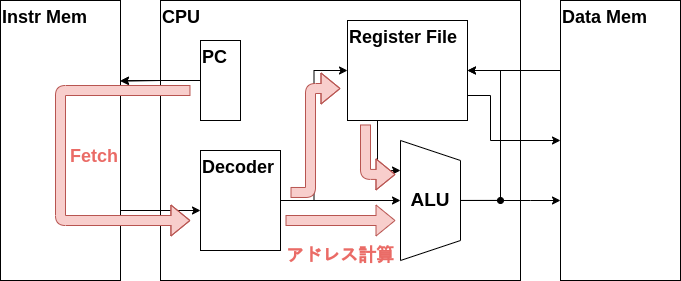
The draw.io diagram images/LetsMakeCPU/path_load_caladdr.png in VLSI-JP/VLSI-JP.github.io, before a commit. Source tidied: cells renumbered, new cells last; positions are measured from the earlier drawing's top-left corner, leaving out a move shared by most shapes. Its diagram source:
```xml
<mxGraphModel>
  <root>
    <mxCell id="0" />
    <mxCell id="1" parent="0" />
    <mxCell id="2" value="CPU" style="rounded=0;whiteSpace=wrap;html=1;align=left;verticalAlign=top;fontSize=18;fontStyle=1;" parent="1" vertex="1">
      <mxGeometry x="160" width="360" height="280" as="geometry" />
    </mxCell>
    <mxCell id="3" style="edgeStyle=orthogonalEdgeStyle;rounded=0;jettySize=auto;html=1;exitX=1;exitY=0.75;exitDx=0;exitDy=0;entryX=0;entryY=0.6;entryDx=0;entryDy=0;entryPerimeter=0;" parent="1" edge="1" source="4" target="18">
      <mxGeometry relative="1" as="geometry" />
    </mxCell>
    <mxCell id="4" value="Instr Mem" style="rounded=0;whiteSpace=wrap;html=1;align=left;verticalAlign=top;fontSize=18;fontStyle=1;" parent="1" vertex="1">
      <mxGeometry width="120" height="280" as="geometry" />
    </mxCell>
    <mxCell id="5" style="edgeStyle=orthogonalEdgeStyle;rounded=0;jettySize=auto;html=1;exitX=0;exitY=0.25;exitDx=0;exitDy=0;" parent="1" edge="1" source="6" target="9">
      <mxGeometry relative="1" as="geometry" />
    </mxCell>
    <mxCell id="6" value="Data Mem" style="rounded=0;whiteSpace=wrap;html=1;align=left;verticalAlign=top;fontSize=18;fontStyle=1;" parent="1" vertex="1">
      <mxGeometry x="560" width="120" height="280" as="geometry" />
    </mxCell>
    <mxCell id="7" style="edgeStyle=orthogonalEdgeStyle;rounded=0;jettySize=auto;html=1;exitX=0.25;exitY=1;exitDx=0;exitDy=0;entryX=0.25;entryY=1;entryDx=0;entryDy=0;" parent="1" edge="1" source="9" target="11">
      <mxGeometry relative="1" as="geometry" />
    </mxCell>
    <mxCell id="8" style="edgeStyle=orthogonalEdgeStyle;rounded=0;jettySize=auto;html=1;exitX=1;exitY=0.75;exitDx=0;exitDy=0;entryX=0;entryY=0.5;entryDx=0;entryDy=0;" parent="1" edge="1" source="9" target="6">
      <mxGeometry relative="1" as="geometry">
        <Array as="points">
          <mxPoint x="490" y="95" />
          <mxPoint x="490" y="140" />
        </Array>
      </mxGeometry>
    </mxCell>
    <mxCell id="9" value="Register File" style="rounded=0;whiteSpace=wrap;html=1;align=left;verticalAlign=top;fontSize=18;fontStyle=1;" parent="1" vertex="1">
      <mxGeometry x="347" y="20" width="120" height="100" as="geometry" />
    </mxCell>
    <mxCell id="10" style="group;" parent="1" vertex="1">
      <mxGeometry x="400" y="140" width="60" height="120" as="geometry" />
    </mxCell>
    <mxCell id="11" style="shape=trapezoid;perimeter=trapezoidPerimeter;whiteSpace=wrap;html=1;fixedSize=1;fontSize=18;fontStyle=1;rotation=90;" parent="10" vertex="1">
      <mxGeometry x="-30" y="30" width="120" height="60" as="geometry" />
    </mxCell>
    <mxCell id="12" style="edgeStyle=orthogonalEdgeStyle;rounded=0;jettySize=auto;html=1;exitX=1;exitY=0.5;exitDx=0;exitDy=0;endArrow=oval;endFill=1;" parent="10" edge="1" source="13">
      <mxGeometry relative="1" as="geometry">
        <mxPoint x="100" y="60" as="targetPoint" />
      </mxGeometry>
    </mxCell>
    <mxCell id="13" value="ALU" style="text;html=1;strokeColor=none;fillColor=none;align=center;verticalAlign=middle;whiteSpace=wrap;rounded=0;fontStyle=1;fontSize=19;" parent="10" vertex="1">
      <mxGeometry y="45" width="60" height="30" as="geometry" />
    </mxCell>
    <mxCell id="14" style="edgeStyle=orthogonalEdgeStyle;rounded=0;jettySize=auto;html=1;exitX=0;exitY=0.5;exitDx=0;exitDy=0;entryX=0.999;entryY=0.288;entryDx=0;entryDy=0;entryPerimeter=0;" parent="1" edge="1" source="15" target="4">
      <mxGeometry relative="1" as="geometry" />
    </mxCell>
    <mxCell id="15" value="PC" style="rounded=0;whiteSpace=wrap;html=1;align=left;verticalAlign=top;fontSize=18;fontStyle=1;" parent="1" vertex="1">
      <mxGeometry x="200" y="40" width="40" height="80" as="geometry" />
    </mxCell>
    <mxCell id="16" style="edgeStyle=orthogonalEdgeStyle;rounded=0;jettySize=auto;html=1;exitX=1;exitY=0.5;exitDx=0;exitDy=0;entryX=0;entryY=0.5;entryDx=0;entryDy=0;" parent="1" edge="1" source="18" target="13">
      <mxGeometry relative="1" as="geometry" />
    </mxCell>
    <mxCell id="17" style="edgeStyle=orthogonalEdgeStyle;rounded=0;jettySize=auto;html=1;exitX=1;exitY=0.5;exitDx=0;exitDy=0;entryX=0;entryY=0.5;entryDx=0;entryDy=0;" parent="1" edge="1" source="18" target="9">
      <mxGeometry relative="1" as="geometry" />
    </mxCell>
    <mxCell id="18" value="Decoder" style="rounded=0;whiteSpace=wrap;html=1;align=left;verticalAlign=top;fontSize=18;fontStyle=1;" parent="1" vertex="1">
      <mxGeometry x="200" y="150" width="80" height="100" as="geometry" />
    </mxCell>
    <mxCell id="19" style="edgeStyle=orthogonalEdgeStyle;rounded=0;jettySize=auto;html=1;exitX=0;exitY=0.5;exitDx=0;exitDy=0;entryX=1;entryY=0.286;entryDx=0;entryDy=0;entryPerimeter=0;" parent="1" edge="1" source="15" target="4">
      <mxGeometry relative="1" as="geometry" />
    </mxCell>
    <mxCell id="20" style="edgeStyle=orthogonalEdgeStyle;rounded=0;jettySize=auto;html=1;exitX=1;exitY=0.5;exitDx=0;exitDy=0;" parent="1" edge="1" source="13" target="6">
      <mxGeometry relative="1" as="geometry">
        <Array as="points">
          <mxPoint x="530" y="200" />
          <mxPoint x="530" y="200" />
        </Array>
      </mxGeometry>
    </mxCell>
    <mxCell id="21" style="edgeStyle=orthogonalEdgeStyle;rounded=0;jettySize=auto;html=1;exitX=1;exitY=0.5;exitDx=0;exitDy=0;entryX=1;entryY=0.5;entryDx=0;entryDy=0;" parent="1" edge="1" target="9">
      <mxGeometry relative="1" as="geometry">
        <mxPoint x="460" y="199.9" as="sourcePoint" />
        <Array as="points">
          <mxPoint x="500" y="200" />
          <mxPoint x="500" y="70" />
        </Array>
      </mxGeometry>
    </mxCell>
    <mxCell id="22" style="shape=flexArrow;endArrow=classic;html=1;rounded=1;edgeStyle=orthogonalEdgeStyle;fillColor=#f8cecc;strokeColor=#b85450;" parent="1" edge="1">
      <mxGeometry relative="1" as="geometry">
        <mxPoint x="190" y="90" as="sourcePoint" />
        <mxPoint x="189.9" y="220" as="targetPoint" />
        <Array as="points">
          <mxPoint x="60" y="90" />
          <mxPoint x="60" y="220" />
        </Array>
      </mxGeometry>
    </mxCell>
    <mxCell id="23" style="shape=flexArrow;endArrow=classic;html=1;rounded=1;fillColor=#f8cecc;strokeColor=#b85450;" parent="1" edge="1">
      <mxGeometry relative="1" as="geometry">
        <mxPoint x="285" y="220" as="sourcePoint" />
        <mxPoint x="395" y="220" as="targetPoint" />
      </mxGeometry>
    </mxCell>
    <mxCell id="24" style="shape=flexArrow;endArrow=classic;html=1;rounded=1;edgeStyle=orthogonalEdgeStyle;fillColor=#f8cecc;strokeColor=#b85450;" parent="1" edge="1">
      <mxGeometry relative="1" as="geometry">
        <mxPoint x="290" y="192" as="sourcePoint" />
        <mxPoint x="340" y="88" as="targetPoint" />
        <Array as="points">
          <mxPoint x="310" y="192" />
          <mxPoint x="310" y="88" />
        </Array>
      </mxGeometry>
    </mxCell>
    <mxCell id="25" value="Fetch" style="text;html=1;strokeColor=none;fillColor=none;align=center;verticalAlign=middle;whiteSpace=wrap;rounded=0;fontSize=18;fontStyle=1;fontColor=#EA6B66;" parent="1" vertex="1">
      <mxGeometry x="64" y="141" width="60" height="30" as="geometry" />
    </mxCell>
    <mxCell id="26" value="アドレス計算" style="text;html=1;strokeColor=none;fillColor=none;align=center;verticalAlign=middle;whiteSpace=wrap;rounded=0;fontSize=18;fontStyle=1;fontColor=#EA6B66;" parent="1" vertex="1">
      <mxGeometry x="280" y="240" width="120" height="30" as="geometry" />
    </mxCell>
    <mxCell id="27" style="shape=flexArrow;endArrow=classic;html=1;rounded=1;edgeStyle=orthogonalEdgeStyle;fillColor=#f8cecc;strokeColor=#b85450;" parent="1" edge="1">
      <mxGeometry relative="1" as="geometry">
        <mxPoint x="365" y="124" as="sourcePoint" />
        <mxPoint x="395" y="173.9" as="targetPoint" />
        <Array as="points">
          <mxPoint x="365" y="174" />
        </Array>
      </mxGeometry>
    </mxCell>
  </root>
</mxGraphModel>
```
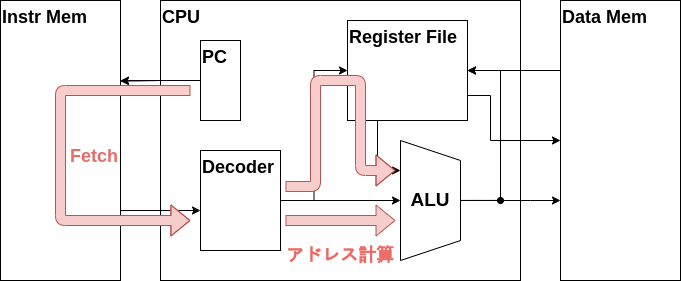
After the commit.

What changed in the source:
```diff
@@ -98,11 +98,13 @@
     </mxCell>
     <mxCell id="24" style="shape=flexArrow;endArrow=classic;html=1;rounded=1;edgeStyle=orthogonalEdgeStyle;fillColor=#f8cecc;strokeColor=#b85450;" parent="1" edge="1">
       <mxGeometry relative="1" as="geometry">
-        <mxPoint x="290" y="192" as="sourcePoint" />
-        <mxPoint x="340" y="88" as="targetPoint" />
+        <mxPoint x="285" y="186" as="sourcePoint" />
+        <mxPoint x="395" y="170" as="targetPoint" />
         <Array as="points">
-          <mxPoint x="310" y="192" />
-          <mxPoint x="310" y="88" />
+          <mxPoint x="315" y="186" />
+          <mxPoint x="315" y="80" />
+          <mxPoint x="360" y="80" />
+          <mxPoint x="360" y="170" />
         </Array>
       </mxGeometry>
     </mxCell>
@@ -112,14 +114,5 @@
     <mxCell id="26" value="アドレス計算" style="text;html=1;strokeColor=none;fillColor=none;align=center;verticalAlign=middle;whiteSpace=wrap;rounded=0;fontSize=18;fontStyle=1;fontColor=#EA6B66;" parent="1" vertex="1">
       <mxGeometry x="280" y="240" width="120" height="30" as="geometry" />
     </mxCell>
-    <mxCell id="27" style="shape=flexArrow;endArrow=classic;html=1;rounded=1;edgeStyle=orthogonalEdgeStyle;fillColor=#f8cecc;strokeColor=#b85450;" parent="1" edge="1">
-      <mxGeometry relative="1" as="geometry">
-        <mxPoint x="365" y="124" as="sourcePoint" />
-        <mxPoint x="395" y="173.9" as="targetPoint" />
-        <Array as="points">
-          <mxPoint x="365" y="174" />
-        </Array>
-      </mxGeometry>
-    </mxCell>
   </root>
 </mxGraphModel>
```
